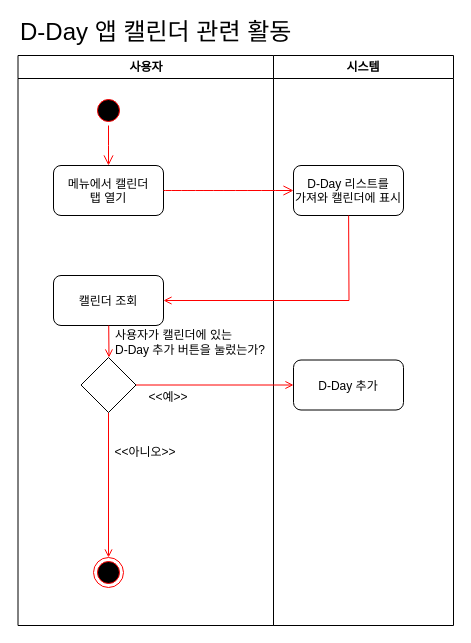
This is activity diagrams - calender.drawio from baechuTree/softwareEngineering, a draw.io file, before an edit. Source tidied: cells renumbered, new cells numbered last; positions are measured from the earlier drawing's top-left corner, leaving out a move shared by most shapes. Both pictures are drawn from the tidied source at 100%, with x=0, y=0 at pixel (17, 17).
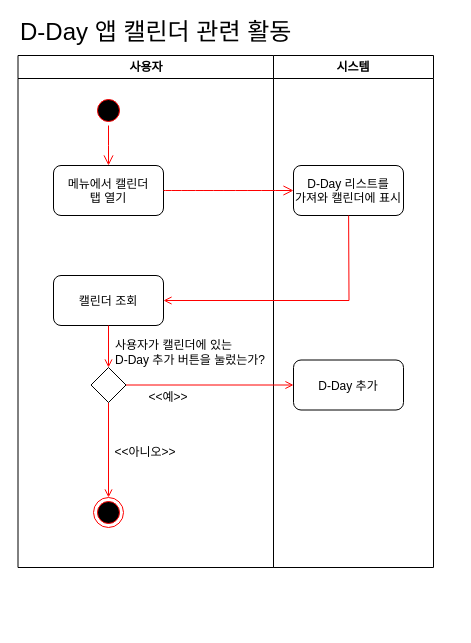
Above is the later version.

Unchanged cells that the change refers to:
```xml
<mxCell id="8" value="캘린더 조회" style="rounded=1;" parent="2" vertex="1">
  <mxGeometry x="35.5" y="220" width="110" height="50" as="geometry" />
</mxCell>
```

Diff of the diagram source:
```diff
@@
     <mxCell id="2" value="사용자" style="swimlane;whiteSpace=wrap;startSize=23;" parent="1" vertex="1">
-      <mxGeometry x="0.5" y="38" width="255.5" height="570" as="geometry" />
+      <mxGeometry x="0.5" y="38" width="255.5" height="512" as="geometry" />
     </mxCell>
     <mxCell id="3" style="ellipse;shape=endState;fillColor=#000000;strokeColor=#ff0000;" parent="2" vertex="1">
-      <mxGeometry x="75.5" y="502" width="30" height="30" as="geometry" />
+      <mxGeometry x="75.5" y="442" width="30" height="30" as="geometry" />
     </mxCell>
@@
-    <mxCell id="9" style="endArrow=open;strokeColor=#FF0000;endFill=1;rounded=0;" parent="2" edge="1" source="8">
-      <mxGeometry relative="1" as="geometry">
-        <mxPoint x="91" y="302" as="targetPoint" />
-      </mxGeometry>
+    <mxCell id="9" style="endArrow=open;strokeColor=#FF0000;endFill=1;rounded=0;entryX=0.5;entryY=0;entryDx=0;entryDy=0;" parent="2" edge="1" source="8" target="10">
+      <mxGeometry relative="1" as="geometry" />
     </mxCell>
     <mxCell id="10" style="rhombus;whiteSpace=wrap;html=1;" parent="2" vertex="1">
-      <mxGeometry x="63" y="302" width="55" height="55" as="geometry" />
+      <mxGeometry x="73" y="312" width="35" height="35" as="geometry" />
     </mxCell>
     <mxCell id="11" value="사용자가 캘린더에 있는&lt;div&gt;D-Day 추가 버튼을 눌렀는가?&lt;/div&gt;" style="text;html=1;align=left;verticalAlign=middle;whiteSpace=wrap;rounded=0;" parent="2" vertex="1">
-      <mxGeometry x="95.5" y="272" width="154.5" height="30" as="geometry" />
+      <mxGeometry x="95.5" y="282" width="154.5" height="30" as="geometry" />
     </mxCell>
@@
     <mxCell id="14" value="시스템" style="swimlane;whiteSpace=wrap;" parent="1" vertex="1">
-      <mxGeometry x="256" y="38" width="180" height="570" as="geometry" />
+      <mxGeometry x="256" y="38" width="160" height="512" as="geometry" />
     </mxCell>
```
